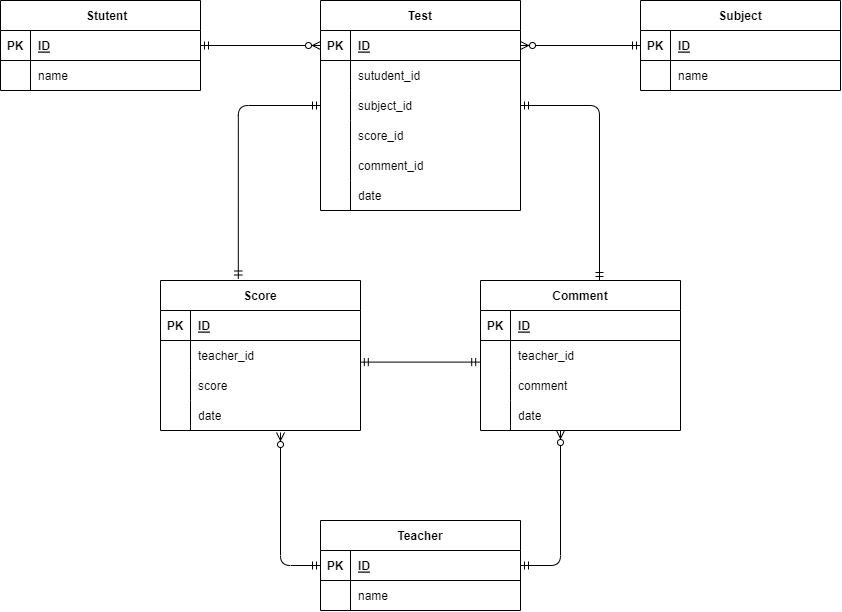
fsakuya/coachtech-exercise-ERD keeps this draw.io diagram as index.drawio.png. Above is the earlier version. Source tidied: cells renumbered, new cells last; positions are measured from the earlier drawing's top-left corner, leaving out a move shared by most shapes.
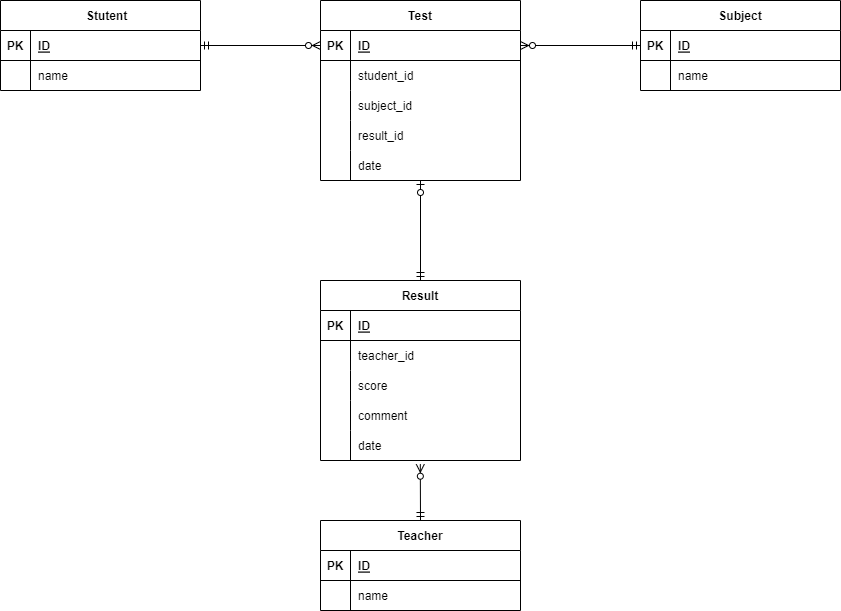
Above is the later version.

What changed in the source:
```diff
@@ -3,7 +3,7 @@
     <mxCell id="0" />
     <mxCell id="1" parent="0" />
     <mxCell id="2" value="Test" style="shape=table;startSize=30;rowLines=0;fontStyle=1;align=center;" parent="1" vertex="1">
-      <mxGeometry x="320" width="200" height="210" as="geometry" />
+      <mxGeometry x="320" width="200" height="180" as="geometry" />
     </mxCell>
     <mxCell id="3" style="shape=tableRow;horizontal=0;startSize=0;swimlaneHead=0;swimlaneBody=0;fillColor=none;points=[[0,0.5],[1,0.5]];portConstraint=eastwest;top=0;left=0;right=0;bottom=1;" parent="2" vertex="1">
       <mxGeometry y="30" width="200" height="30" as="geometry" />
@@ -20,7 +20,7 @@
     <mxCell id="7" style="shape=partialRectangle;fillColor=none;top=0;left=0;bottom=0;right=0;overflow=hidden;" parent="6" vertex="1">
       <mxGeometry width="30" height="30" as="geometry" />
     </mxCell>
-    <mxCell id="8" value="sutudent_id" style="shape=partialRectangle;fillColor=none;top=0;left=0;bottom=0;right=0;align=left;spacingLeft=6;overflow=hidden;" parent="6" vertex="1">
+    <mxCell id="8" value="student_id" style="shape=partialRectangle;fillColor=none;top=0;left=0;bottom=0;right=0;align=left;spacingLeft=6;overflow=hidden;" parent="6" vertex="1">
       <mxGeometry x="30" width="170" height="30" as="geometry" />
     </mxCell>
     <mxCell id="9" style="shape=tableRow;horizontal=0;startSize=0;swimlaneHead=0;swimlaneBody=0;fillColor=none;top=0;left=0;right=0;bottom=0;" parent="2" vertex="1">
@@ -38,20 +38,11 @@
     <mxCell id="13" style="shape=partialRectangle;fillColor=none;top=0;left=0;bottom=0;right=0;overflow=hidden;" parent="12" vertex="1">
       <mxGeometry width="30" height="30" as="geometry" />
     </mxCell>
-    <mxCell id="14" value="score_id" style="shape=partialRectangle;fillColor=none;top=0;left=0;bottom=0;right=0;align=left;spacingLeft=6;overflow=hidden;" parent="12" vertex="1">
+    <mxCell id="14" value="result_id" style="shape=partialRectangle;fillColor=none;top=0;left=0;bottom=0;right=0;align=left;spacingLeft=6;overflow=hidden;" parent="12" vertex="1">
       <mxGeometry x="30" width="170" height="30" as="geometry" />
     </mxCell>
-    <mxCell id="15" style="shape=tableRow;horizontal=0;startSize=0;swimlaneHead=0;swimlaneBody=0;fillColor=none;top=0;left=0;right=0;bottom=0;" parent="2" vertex="1">
-      <mxGeometry y="150" width="200" height="30" as="geometry" />
-    </mxCell>
-    <mxCell id="16" style="shape=partialRectangle;fillColor=none;top=0;left=0;bottom=0;right=0;overflow=hidden;" parent="15" vertex="1">
-      <mxGeometry width="30" height="30" as="geometry" />
-    </mxCell>
-    <mxCell id="17" value="comment_id" style="shape=partialRectangle;fillColor=none;top=0;left=0;bottom=0;right=0;align=left;spacingLeft=6;overflow=hidden;" parent="15" vertex="1">
-      <mxGeometry x="30" width="170" height="30" as="geometry" />
-    </mxCell>
     <mxCell id="18" style="shape=tableRow;horizontal=0;startSize=0;swimlaneHead=0;swimlaneBody=0;fillColor=none;points=[[0,0.5],[1,0.5]];portConstraint=eastwest;top=0;left=0;right=0;bottom=0;" parent="2" vertex="1">
-      <mxGeometry y="180" width="200" height="30" as="geometry" />
+      <mxGeometry y="150" width="200" height="30" as="geometry" />
     </mxCell>
     <mxCell id="19" style="shape=partialRectangle;fillColor=none;top=0;left=0;bottom=0;right=0;overflow=hidden;" parent="18" vertex="1">
       <mxGeometry width="30" height="30" as="geometry" />
@@ -80,47 +71,8 @@
     <mxCell id="27" value="name" style="shape=partialRectangle;fillColor=none;top=0;left=0;bottom=0;right=0;align=left;spacingLeft=6;overflow=hidden;" parent="25" vertex="1">
       <mxGeometry x="30" width="170" height="30" as="geometry" />
     </mxCell>
-    <mxCell id="28" value="Comment" style="shape=table;startSize=30;rowLines=0;fontStyle=1;align=center;" parent="1" vertex="1">
-      <mxGeometry x="480" y="280" width="200" height="150" as="geometry" />
-    </mxCell>
-    <mxCell id="29" style="shape=tableRow;horizontal=0;startSize=0;swimlaneHead=0;swimlaneBody=0;fillColor=none;top=0;left=0;right=0;bottom=1;" parent="28" vertex="1">
-      <mxGeometry y="30" width="200" height="30" as="geometry" />
-    </mxCell>
-    <mxCell id="30" value="PK" style="shape=partialRectangle;fillColor=none;top=0;left=0;bottom=0;right=0;fontStyle=1;overflow=hidden;" parent="29" vertex="1">
-      <mxGeometry width="30" height="30" as="geometry" />
-    </mxCell>
-    <mxCell id="31" value="ID" style="shape=partialRectangle;fillColor=none;top=0;left=0;bottom=0;right=0;align=left;spacingLeft=6;fontStyle=5;overflow=hidden;" parent="29" vertex="1">
-      <mxGeometry x="30" width="170" height="30" as="geometry" />
-    </mxCell>
-    <mxCell id="32" style="shape=tableRow;horizontal=0;startSize=0;swimlaneHead=0;swimlaneBody=0;fillColor=none;points=[[0,0.5],[1,0.5]];portConstraint=eastwest;top=0;left=0;right=0;bottom=0;" parent="28" vertex="1">
-      <mxGeometry y="60" width="200" height="30" as="geometry" />
-    </mxCell>
-    <mxCell id="33" style="shape=partialRectangle;fillColor=none;top=0;left=0;bottom=0;right=0;overflow=hidden;" parent="32" vertex="1">
-      <mxGeometry width="30" height="30" as="geometry" />
-    </mxCell>
-    <mxCell id="34" value="teacher_id" style="shape=partialRectangle;fillColor=none;top=0;left=0;bottom=0;right=0;align=left;spacingLeft=6;overflow=hidden;" parent="32" vertex="1">
-      <mxGeometry x="30" width="170" height="30" as="geometry" />
-    </mxCell>
-    <mxCell id="35" style="shape=tableRow;horizontal=0;startSize=0;swimlaneHead=0;swimlaneBody=0;fillColor=none;top=0;left=0;right=0;bottom=0;" parent="28" vertex="1">
-      <mxGeometry y="90" width="200" height="30" as="geometry" />
-    </mxCell>
-    <mxCell id="36" style="shape=partialRectangle;fillColor=none;top=0;left=0;bottom=0;right=0;overflow=hidden;" parent="35" vertex="1">
-      <mxGeometry width="30" height="30" as="geometry" />
-    </mxCell>
-    <mxCell id="37" value="comment" style="shape=partialRectangle;fillColor=none;top=0;left=0;bottom=0;right=0;align=left;spacingLeft=6;overflow=hidden;" parent="35" vertex="1">
-      <mxGeometry x="30" width="170" height="30" as="geometry" />
-    </mxCell>
-    <mxCell id="38" style="shape=tableRow;horizontal=0;startSize=0;swimlaneHead=0;swimlaneBody=0;fillColor=none;top=0;left=0;right=0;bottom=0;" parent="28" vertex="1">
-      <mxGeometry y="120" width="200" height="30" as="geometry" />
-    </mxCell>
-    <mxCell id="39" style="shape=partialRectangle;fillColor=none;top=0;left=0;bottom=0;right=0;overflow=hidden;" parent="38" vertex="1">
-      <mxGeometry width="30" height="30" as="geometry" />
-    </mxCell>
-    <mxCell id="40" value="date" style="shape=partialRectangle;fillColor=none;top=0;left=0;bottom=0;right=0;align=left;spacingLeft=6;overflow=hidden;" parent="38" vertex="1">
-      <mxGeometry x="30" width="170" height="30" as="geometry" />
-    </mxCell>
-    <mxCell id="41" value="Score" style="shape=table;startSize=30;rowLines=0;fontStyle=1;align=center;" parent="1" vertex="1">
-      <mxGeometry x="160" y="280" width="200" height="150" as="geometry" />
+    <mxCell id="41" value="Result" style="shape=table;startSize=30;rowLines=0;fontStyle=1;align=center;" parent="1" vertex="1">
+      <mxGeometry x="320" y="280" width="200" height="180" as="geometry" />
     </mxCell>
     <mxCell id="42" style="shape=tableRow;horizontal=0;startSize=0;swimlaneHead=0;swimlaneBody=0;fillColor=none;top=0;left=0;right=0;bottom=1;" parent="41" vertex="1">
       <mxGeometry y="30" width="200" height="30" as="geometry" />
@@ -149,8 +101,17 @@
     <mxCell id="50" value="score" style="shape=partialRectangle;fillColor=none;top=0;left=0;bottom=0;right=0;align=left;spacingLeft=6;overflow=hidden;" parent="48" vertex="1">
       <mxGeometry x="30" width="170" height="30" as="geometry" />
     </mxCell>
+    <mxCell id="38" style="shape=tableRow;horizontal=0;startSize=0;swimlaneHead=0;swimlaneBody=0;fillColor=none;top=0;left=0;right=0;bottom=0;" parent="41" vertex="1">
+      <mxGeometry y="120" width="200" height="30" as="geometry" />
+    </mxCell>
+    <mxCell id="75" style="shape=partialRectangle;fillColor=none;top=0;left=0;bottom=0;right=0;overflow=hidden;" parent="38" vertex="1">
+      <mxGeometry width="30" height="30" as="geometry" />
+    </mxCell>
+    <mxCell id="37" value="comment" style="shape=partialRectangle;fillColor=none;top=0;left=0;bottom=0;right=0;align=left;spacingLeft=6;overflow=hidden;" parent="38" vertex="1">
+      <mxGeometry x="30" width="170" height="30" as="geometry" />
+    </mxCell>
     <mxCell id="51" style="shape=tableRow;horizontal=0;startSize=0;swimlaneHead=0;swimlaneBody=0;fillColor=none;points=[[0,0.5],[1,0.5]];portConstraint=eastwest;top=0;left=0;right=0;bottom=0;" parent="41" vertex="1">
-      <mxGeometry y="120" width="200" height="30" as="geometry" />
+      <mxGeometry y="150" width="200" height="30" as="geometry" />
     </mxCell>
     <mxCell id="52" style="shape=partialRectangle;fillColor=none;top=0;left=0;bottom=0;right=0;overflow=hidden;" parent="51" vertex="1">
       <mxGeometry width="30" height="30" as="geometry" />
@@ -200,42 +161,9 @@
     <mxCell id="67" value="name" style="shape=partialRectangle;fillColor=none;top=0;left=0;bottom=0;right=0;align=left;spacingLeft=6;overflow=hidden;" parent="65" vertex="1">
       <mxGeometry x="30" width="170" height="30" as="geometry" />
     </mxCell>
-    <mxCell id="68" style="edgeStyle=elbowEdgeStyle;fontSize=12;html=1;endArrow=ERzeroToMany;startArrow=ERmandOne;exitX=0;exitY=0.5;exitDx=0;exitDy=0;" parent="1" edge="1" source="22">
-      <mxGeometry relative="1" as="geometry">
-        <mxPoint x="280" y="432" as="targetPoint" />
-        <Array as="points">
-          <mxPoint x="280" y="520" />
-          <mxPoint x="259" y="510" />
-        </Array>
-      </mxGeometry>
+    <mxCell id="68" style="fontSize=12;html=1;endArrow=ERzeroToMany;startArrow=ERmandOne;exitX=0.5;exitY=0;exitDx=0;exitDy=0;entryX=0.499;entryY=1.124;entryDx=0;entryDy=0;entryPerimeter=0;" parent="1" edge="1" source="21" target="51">
+      <mxGeometry relative="1" as="geometry" />
     </mxCell>
-    <mxCell id="69" style="edgeStyle=elbowEdgeStyle;fontSize=12;html=1;endArrow=ERzeroToMany;startArrow=ERmandOne;exitX=1;exitY=0.5;exitDx=0;exitDy=0;" parent="1" edge="1" source="22">
-      <mxGeometry relative="1" as="geometry">
-        <mxPoint x="560" y="430" as="targetPoint" />
-        <Array as="points">
-          <mxPoint x="560" y="510" />
-        </Array>
-      </mxGeometry>
-    </mxCell>
-    <mxCell id="70" style="fontSize=12;html=1;endArrow=ERmandOne;startArrow=ERmandOne;entryX=-0.004;entryY=0.72;entryDx=0;entryDy=0;entryPerimeter=0;exitX=0.999;exitY=0.72;exitDx=0;exitDy=0;exitPerimeter=0;" parent="1" edge="1" source="45" target="32">
-      <mxGeometry relative="1" as="geometry" />
-    </mxCell>
-    <mxCell id="71" style="fontSize=12;html=1;endArrow=ERmandOne;startArrow=ERmandOne;entryX=0;entryY=0.5;entryDx=0;entryDy=0;exitX=0.389;exitY=-0.01;exitDx=0;exitDy=0;exitPerimeter=0;edgeStyle=orthogonalEdgeStyle;" parent="1" edge="1" source="41">
-      <mxGeometry relative="1" as="geometry">
-        <mxPoint x="320" y="105" as="targetPoint" />
-        <Array as="points">
-          <mxPoint x="238" y="105" />
-        </Array>
-      </mxGeometry>
-    </mxCell>
-    <mxCell id="72" style="fontSize=12;html=1;endArrow=ERmandOne;startArrow=ERmandOne;edgeStyle=orthogonalEdgeStyle;exitX=1;exitY=0.5;exitDx=0;exitDy=0;entryX=0.595;entryY=0;entryDx=0;entryDy=0;entryPerimeter=0;" parent="1" edge="1" target="28">
-      <mxGeometry relative="1" as="geometry">
-        <mxPoint x="520" y="105" as="sourcePoint" />
-        <Array as="points">
-          <mxPoint x="599" y="105" />
-        </Array>
-      </mxGeometry>
-    </mxCell>
     <mxCell id="73" style="fontSize=12;html=1;endArrow=ERzeroToMany;startArrow=ERmandOne;exitX=1;exitY=0.5;exitDx=0;exitDy=0;entryX=0;entryY=0.5;entryDx=0;entryDy=0;" parent="1" edge="1" source="62" target="3">
       <mxGeometry relative="1" as="geometry" />
     </mxCell>
@@ -244,5 +172,8 @@
         <mxPoint x="520" y="45" as="targetPoint" />
       </mxGeometry>
     </mxCell>
+    <mxCell id="76" style="fontSize=12;html=1;endArrow=ERzeroToOne;startArrow=ERmandOne;entryX=0.5;entryY=1;entryDx=0;entryDy=0;entryPerimeter=0;exitX=0.5;exitY=0;exitDx=0;exitDy=0;" parent="1" edge="1" source="41" target="18">
+      <mxGeometry relative="1" as="geometry" />
+    </mxCell>
   </root>
 </mxGraphModel>
```
